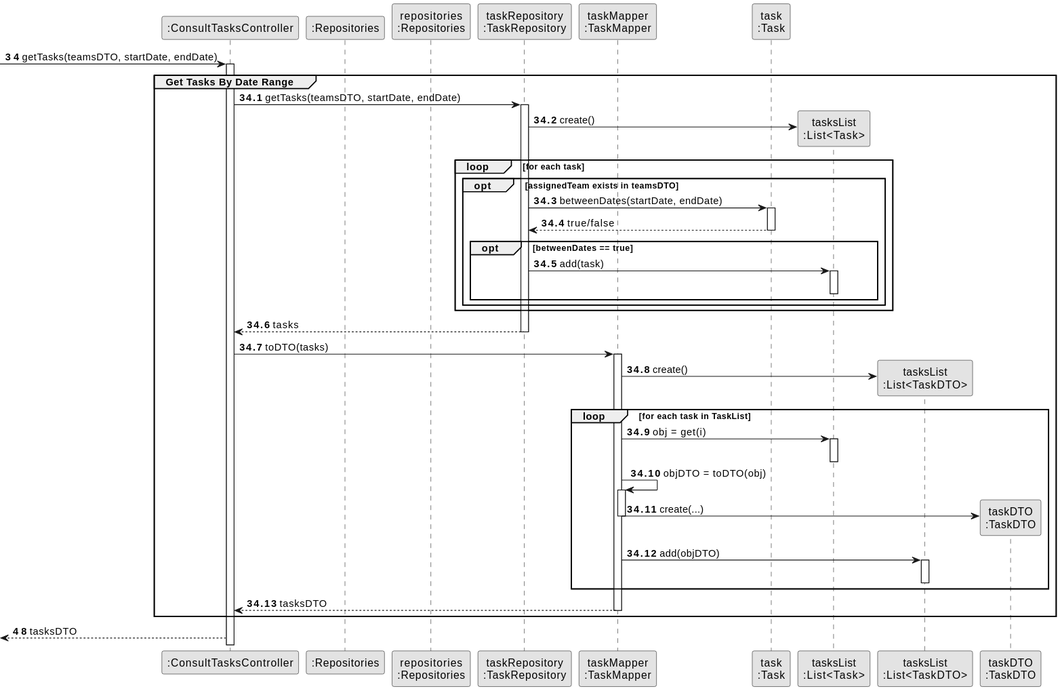
This is docs/sprintC/us028/03.design/svg/us028-sequence-diagram-partial-get-tasks.svg from Departamento-de-Engenharia-Informatica/lei-24-s2-1dm-g132, a PlantUML export, as it was before one commit.
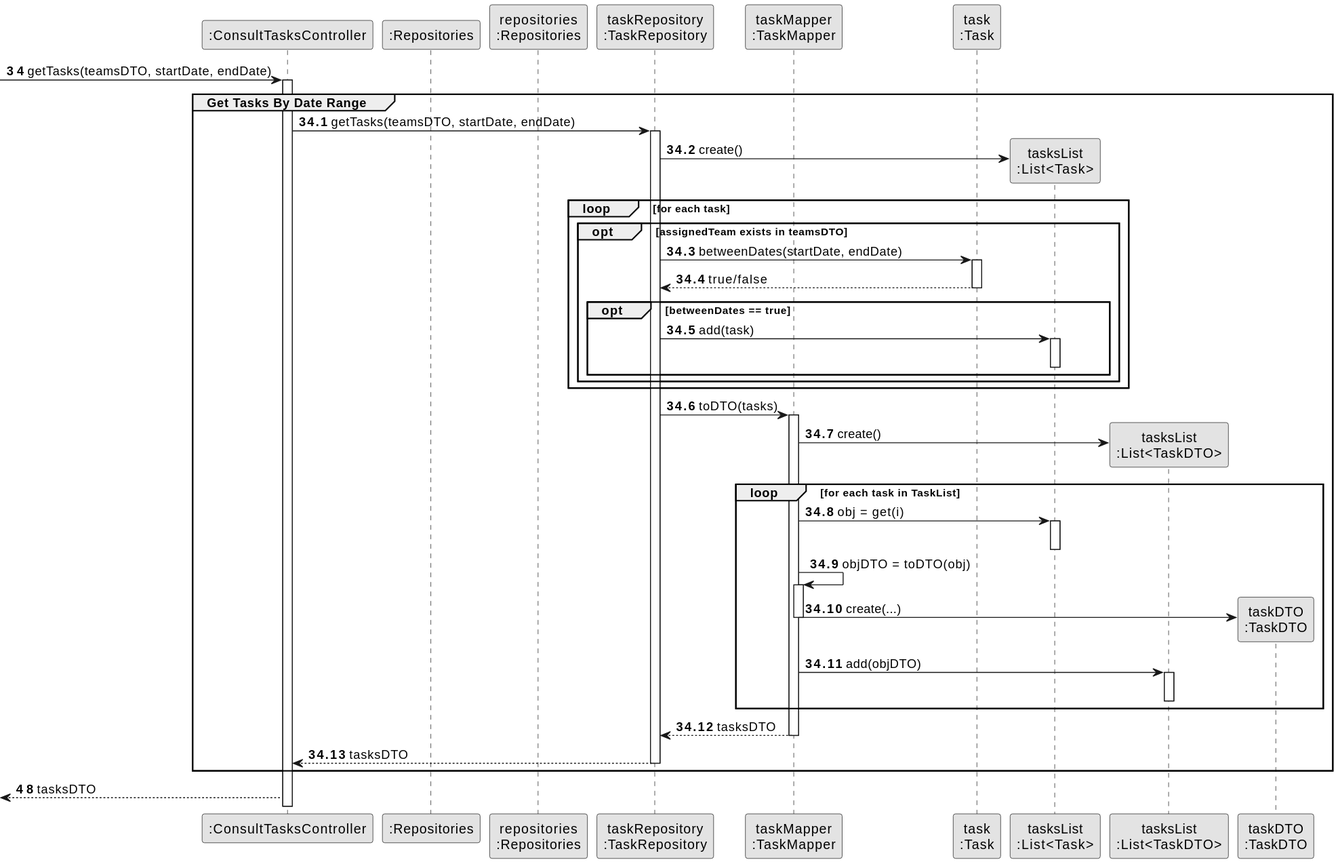
After the change.

Diff of the diagram source:
```diff
@@ -42,10 +42,7 @@
 
            end loop
 
-           TaskRepository --> CTRL : tasks
-           deactivate TaskRepository
-
-       CTRL -> TaskMapper : toDTO(tasks)
+       TaskRepository -> TaskMapper : toDTO(tasks)
        activate TaskMapper
 
        TaskMapper -> TasksListDTO ** : create()
@@ -66,8 +63,11 @@
 
        end loop
 
-       TaskMapper --> CTRL : tasksDTO
+       TaskMapper --> TaskRepository : tasksDTO
        deactivate TaskMapper
+
+       TaskRepository --> CTRL : tasksDTO
+       deactivate TaskRepository
 
 end group
 autonumber 48
```
